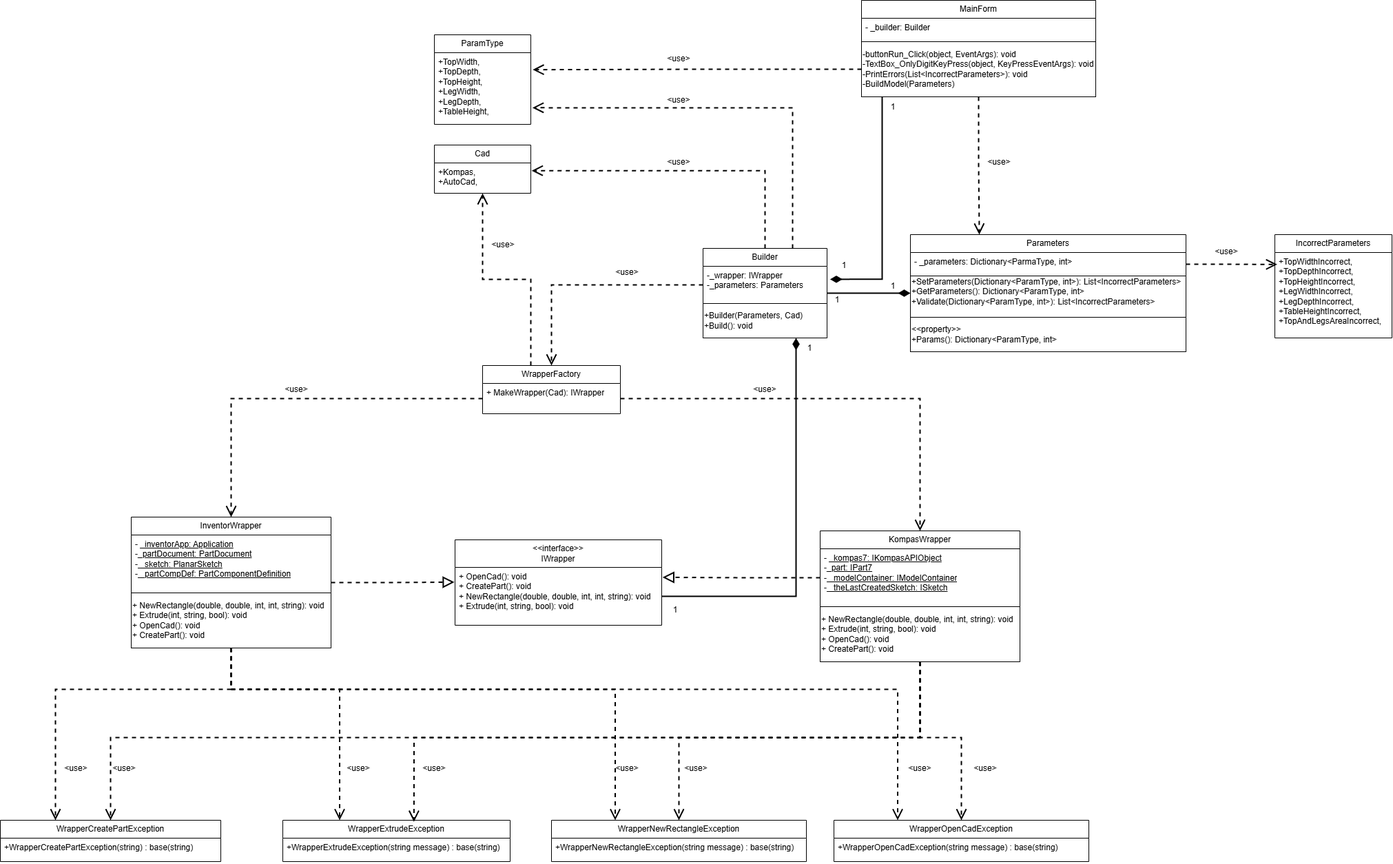
This is docs/ПЗ_ДК.png from isaacparson/kompas_table_plugin, a draw.io export, as it was before one commit. Source tidied: cells renumbered, new cells last; positions are measured from the earlier drawing's top-left corner, leaving out a move shared by most shapes.
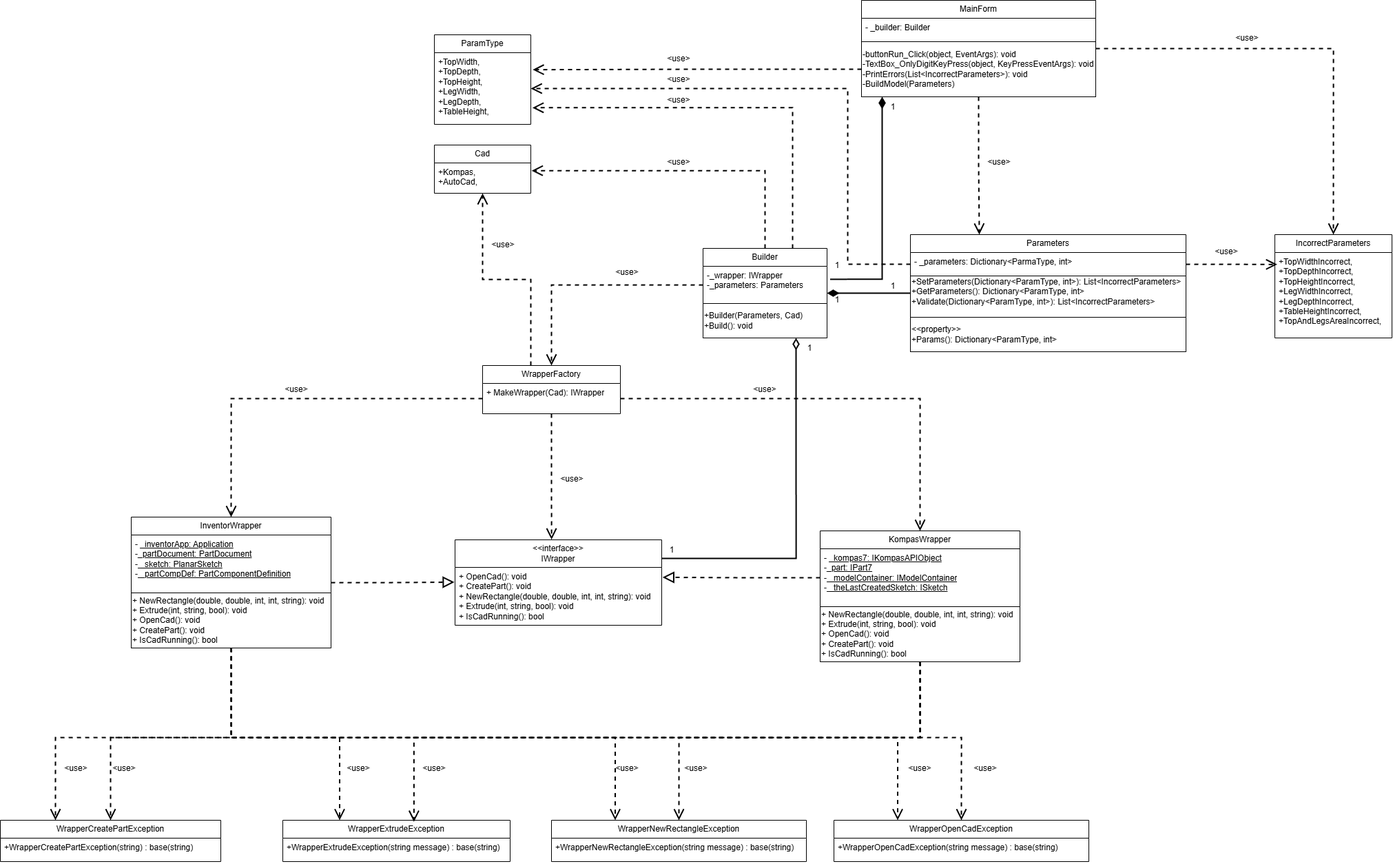
The same diagram one commit later.

Commit message:
Добавил IsCadRunning для удобного тестирования, исправил диаграмму классов, исправил Пояснительную записку

Diff of the diagram source:
```diff
@@ -20,6 +20,9 @@
     <mxCell id="7" value="&lt;div&gt;+TopWidth,&lt;/div&gt;&lt;div&gt;+TopDepth,&lt;/div&gt;&lt;div&gt;+TopHeight,&lt;/div&gt;&lt;div&gt;+LegWidth,&lt;/div&gt;&lt;div&gt;+LegDepth,&lt;/div&gt;&lt;div&gt;+TableHeight,&lt;/div&gt;" style="text;strokeColor=none;fillColor=none;align=left;verticalAlign=top;spacingLeft=4;spacingRight=4;overflow=hidden;points=[[0,0.5],[1,0.5]];portConstraint=eastwest;whiteSpace=wrap;html=1;" parent="6" vertex="1">
       <mxGeometry y="26" width="140" height="104" as="geometry" />
     </mxCell>
+    <mxCell id="81" style="edgeStyle=orthogonalEdgeStyle;rounded=0;jettySize=auto;html=1;entryX=0.5;entryY=0;entryDx=0;entryDy=0;dashed=1;strokeWidth=2;endArrow=open;endFill=0;endSize=12;" parent="1" edge="1" source="8" target="54">
+      <mxGeometry relative="1" as="geometry" />
+    </mxCell>
     <mxCell id="8" value="MainForm" style="swimlane;fontStyle=0;horizontal=1;startSize=26;fillColor=none;whiteSpace=wrap;html=1;" parent="1" vertex="1">
       <mxGeometry x="1250" width="340" height="140" as="geometry" />
     </mxCell>
@@ -29,7 +32,7 @@
     <mxCell id="10" value="-buttonRun_Click(object, EventArgs): void&lt;div&gt;-TextBox_OnlyDigitKeyPress(object, KeyPressEventArgs): void&lt;/div&gt;&lt;div&gt;-PrintErrors(List&amp;lt;IncorrectParameters&amp;gt;): void&lt;/div&gt;&lt;div&gt;-BuildModel(Parameters)&lt;/div&gt;" style="html=1;whiteSpace=wrap;align=left;" parent="8" vertex="1">
       <mxGeometry y="60" width="340" height="80" as="geometry" />
     </mxCell>
-    <mxCell id="11" style="edgeStyle=orthogonalEdgeStyle;rounded=0;jettySize=auto;html=1;entryX=0;entryY=0.5;entryDx=0;entryDy=0;strokeWidth=2;endArrow=diamondThin;endFill=1;endSize=12;" parent="1" edge="1" source="12" target="2">
+    <mxCell id="11" style="edgeStyle=orthogonalEdgeStyle;rounded=0;jettySize=auto;html=1;entryX=0;entryY=0.5;entryDx=0;entryDy=0;strokeWidth=2;endArrow=none;endFill=0;endSize=12;startArrow=diamondThin;startFill=1;targetPerimeterSpacing=12;sourcePerimeterSpacing=0;startSize=12;" parent="1" edge="1" source="12" target="2">
       <mxGeometry relative="1" as="geometry" />
     </mxCell>
     <mxCell id="12" value="Builder" style="swimlane;fontStyle=0;horizontal=1;startSize=26;fillColor=none;whiteSpace=wrap;html=1;" parent="1" vertex="1">
@@ -64,7 +67,7 @@
     <mxCell id="20" value="&lt;div&gt;&amp;lt;&amp;lt;interface&amp;gt;&amp;gt;&lt;/div&gt;IWrapper" style="swimlane;fontStyle=0;horizontal=1;startSize=40;fillColor=none;whiteSpace=wrap;html=1;" parent="1" vertex="1">
       <mxGeometry x="660" y="783" width="300" height="124" as="geometry" />
     </mxCell>
-    <mxCell id="21" value="+ OpenCad(): void&lt;div&gt;+ CreatePart(): void&lt;/div&gt;&lt;div&gt;+ NewRectangle(double, double, int, int, string): void&lt;/div&gt;&lt;div&gt;+ Extrude(int, string, bool): void&lt;/div&gt;" style="text;strokeColor=none;fillColor=none;align=left;verticalAlign=top;spacingLeft=4;spacingRight=4;overflow=hidden;points=[[0,0.5],[1,0.5]];portConstraint=eastwest;whiteSpace=wrap;html=1;" parent="20" vertex="1">
+    <mxCell id="21" value="+ OpenCad(): void&lt;div&gt;+ CreatePart(): void&lt;/div&gt;&lt;div&gt;+ NewRectangle(double, double, int, int, string): void&lt;/div&gt;&lt;div&gt;+ Extrude(int, string, bool): void&lt;/div&gt;&lt;div&gt;+ IsCadRunning(): bool&lt;/div&gt;" style="text;strokeColor=none;fillColor=none;align=left;verticalAlign=top;spacingLeft=4;spacingRight=4;overflow=hidden;points=[[0,0.5],[1,0.5]];portConstraint=eastwest;whiteSpace=wrap;html=1;" parent="20" vertex="1">
       <mxGeometry y="40" width="300" height="84" as="geometry" />
     </mxCell>
     <mxCell id="22" value="WrapperCreatePartException" style="swimlane;fontStyle=0;horizontal=1;startSize=26;fillColor=none;whiteSpace=wrap;html=1;" parent="1" vertex="1">
@@ -85,7 +88,7 @@
     <mxCell id="27" value="-&amp;nbsp;&lt;u&gt;_kompas7:&amp;nbsp;IKompasAPIObject&lt;/u&gt;&lt;div&gt;-&lt;span style=&quot;background-color: initial;&quot;&gt;&lt;u&gt;_part: IPart7&lt;/u&gt;&lt;/span&gt;&lt;/div&gt;&lt;div&gt;&lt;span style=&quot;background-color: initial;&quot;&gt;-&lt;u&gt;&amp;nbsp;&lt;/u&gt;&lt;/span&gt;&lt;span style=&quot;background-color: initial;&quot;&gt;&lt;u&gt;_modelContainer: IModelContainer&lt;/u&gt;&lt;/span&gt;&lt;/div&gt;&lt;div&gt;&lt;span style=&quot;background-color: initial;&quot;&gt;-&lt;u&gt;&amp;nbsp;&lt;/u&gt;&lt;/span&gt;&lt;span style=&quot;background-color: initial;&quot;&gt;&lt;u&gt;_theLastCreatedSketch: ISketch&lt;/u&gt;&lt;/span&gt;&lt;/div&gt;" style="text;strokeColor=none;fillColor=none;align=left;verticalAlign=top;spacingLeft=4;spacingRight=4;overflow=hidden;points=[[0,0.5],[1,0.5]];portConstraint=eastwest;whiteSpace=wrap;html=1;" parent="26" vertex="1">
       <mxGeometry y="26" width="290" height="84" as="geometry" />
     </mxCell>
-    <mxCell id="28" value="+&amp;nbsp;NewRectangle(double, double, int, int, string): void&lt;div&gt;+&amp;nbsp;Extrude(int, string, bool): void&lt;/div&gt;&lt;div&gt;+ OpenCad(): void&lt;/div&gt;&lt;div&gt;+ CreatePart(): void&lt;/div&gt;" style="html=1;whiteSpace=wrap;align=left;" parent="26" vertex="1">
+    <mxCell id="28" value="+&amp;nbsp;NewRectangle(double, double, int, int, string): void&lt;div&gt;+&amp;nbsp;Extrude(int, string, bool): void&lt;/div&gt;&lt;div&gt;+ OpenCad(): void&lt;/div&gt;&lt;div&gt;+ CreatePart(): void&lt;/div&gt;&lt;div&gt;+ IsCadRunning(): bool&lt;/div&gt;" style="html=1;whiteSpace=wrap;align=left;" parent="26" vertex="1">
       <mxGeometry y="110" width="290" height="80" as="geometry" />
     </mxCell>
     <mxCell id="29" value="InventorWrapper" style="swimlane;fontStyle=0;horizontal=1;startSize=26;fillColor=none;whiteSpace=wrap;html=1;" parent="1" vertex="1">
@@ -94,7 +97,7 @@
     <mxCell id="30" value="-&amp;nbsp;&lt;u&gt;_inventorApp:&amp;nbsp;Application&lt;/u&gt;&lt;div&gt;-&lt;span style=&quot;background-color: initial;&quot;&gt;&lt;u&gt;_partDocument:&amp;nbsp;&lt;/u&gt;&lt;/span&gt;&lt;span style=&quot;background-color: initial;&quot;&gt;&lt;u&gt;PartDocument&lt;/u&gt;&lt;/span&gt;&lt;/div&gt;&lt;div&gt;&lt;span style=&quot;background-color: initial;&quot;&gt;-&lt;u&gt;&amp;nbsp;&lt;/u&gt;&lt;/span&gt;&lt;span style=&quot;background-color: initial;&quot;&gt;&lt;u&gt;_sketch:&amp;nbsp;&lt;/u&gt;&lt;/span&gt;&lt;span style=&quot;background-color: initial;&quot;&gt;&lt;u&gt;PlanarSketch&lt;/u&gt;&lt;/span&gt;&lt;/div&gt;&lt;div&gt;&lt;span style=&quot;background-color: initial;&quot;&gt;-&lt;u&gt;&amp;nbsp;&lt;/u&gt;&lt;/span&gt;&lt;span style=&quot;background-color: initial;&quot;&gt;&lt;u&gt;_partCompDef:&amp;nbsp;&lt;/u&gt;&lt;/span&gt;&lt;span style=&quot;background-color: initial;&quot;&gt;&lt;u&gt;PartComponentDefinition&lt;/u&gt;&lt;/span&gt;&lt;/div&gt;" style="text;strokeColor=none;fillColor=none;align=left;verticalAlign=top;spacingLeft=4;spacingRight=4;overflow=hidden;whiteSpace=wrap;html=1;" parent="29" vertex="1">
       <mxGeometry y="26" width="290" height="84" as="geometry" />
     </mxCell>
-    <mxCell id="31" value="+&amp;nbsp;NewRectangle(double, double, int, int, string): void&lt;div&gt;+&amp;nbsp;Extrude(int, string, bool): void&lt;/div&gt;&lt;div&gt;+ OpenCad(): void&lt;/div&gt;&lt;div&gt;+ CreatePart(): void&lt;/div&gt;" style="html=1;whiteSpace=wrap;align=left;" parent="29" vertex="1">
+    <mxCell id="31" value="+&amp;nbsp;NewRectangle(double, double, int, int, string): void&lt;div&gt;+&amp;nbsp;Extrude(int, string, bool): void&lt;/div&gt;&lt;div&gt;+ OpenCad(): void&lt;/div&gt;&lt;div&gt;+ CreatePart(): void&lt;br&gt;+ IsCadRunning(): bool&lt;/div&gt;" style="html=1;whiteSpace=wrap;align=left;" parent="29" vertex="1">
       <mxGeometry y="110" width="290" height="80" as="geometry" />
     </mxCell>
     <mxCell id="32" value="WrapperNewRectangleException" style="swimlane;fontStyle=0;horizontal=1;startSize=26;fillColor=none;whiteSpace=wrap;html=1;" parent="1" vertex="1">
@@ -118,8 +121,14 @@
     <mxCell id="38" style="edgeStyle=orthogonalEdgeStyle;rounded=0;jettySize=auto;html=1;entryX=0.5;entryY=0;entryDx=0;entryDy=0;dashed=1;strokeWidth=2;endArrow=open;endFill=0;endSize=12;" parent="1" edge="1" source="13" target="18">
       <mxGeometry relative="1" as="geometry" />
     </mxCell>
-    <mxCell id="39" style="edgeStyle=orthogonalEdgeStyle;rounded=0;jettySize=auto;html=1;entryX=0.75;entryY=1;entryDx=0;entryDy=0;endArrow=diamondThin;endFill=1;strokeWidth=2;endSize=12;" parent="1" edge="1" source="21" target="12">
-      <mxGeometry relative="1" as="geometry" />
+    <mxCell id="39" style="edgeStyle=orthogonalEdgeStyle;rounded=0;jettySize=auto;html=1;entryX=0.75;entryY=1;entryDx=0;entryDy=0;endArrow=diamondThin;endFill=0;strokeWidth=2;endSize=12;" parent="1" edge="1" target="12">
+      <mxGeometry relative="1" as="geometry">
+        <mxPoint x="960" y="810" as="sourcePoint" />
+        <Array as="points">
+          <mxPoint x="960" y="810" />
+          <mxPoint x="1155" y="810" />
+        </Array>
+      </mxGeometry>
     </mxCell>
     <mxCell id="40" style="edgeStyle=orthogonalEdgeStyle;rounded=0;jettySize=auto;html=1;entryX=1.009;entryY=0.256;entryDx=0;entryDy=0;entryPerimeter=0;strokeWidth=2;dashed=1;endArrow=open;endFill=0;endSize=12;" parent="1" edge="1" source="12" target="16">
       <mxGeometry relative="1" as="geometry" />
@@ -143,32 +152,32 @@
     <mxCell id="45" style="edgeStyle=orthogonalEdgeStyle;rounded=0;jettySize=auto;html=1;entryX=0.25;entryY=0;entryDx=0;entryDy=0;dashed=1;strokeWidth=2;endArrow=open;endFill=0;endSize=12;" parent="1" edge="1" source="31" target="22">
       <mxGeometry relative="1" as="geometry">
         <Array as="points">
-          <mxPoint x="335" y="1000" />
-          <mxPoint x="80" y="1000" />
+          <mxPoint x="335" y="1070" />
+          <mxPoint x="80" y="1070" />
         </Array>
       </mxGeometry>
     </mxCell>
     <mxCell id="46" style="edgeStyle=orthogonalEdgeStyle;rounded=0;jettySize=auto;html=1;entryX=0.25;entryY=0;entryDx=0;entryDy=0;dashed=1;strokeWidth=2;endArrow=open;endFill=0;endSize=12;" parent="1" edge="1" source="31" target="24">
       <mxGeometry relative="1" as="geometry">
         <Array as="points">
-          <mxPoint x="335" y="1000" />
-          <mxPoint x="492" y="1000" />
+          <mxPoint x="335" y="1070" />
+          <mxPoint x="493" y="1070" />
         </Array>
       </mxGeometry>
     </mxCell>
     <mxCell id="47" style="edgeStyle=orthogonalEdgeStyle;rounded=0;jettySize=auto;html=1;entryX=0.25;entryY=0;entryDx=0;entryDy=0;dashed=1;strokeWidth=2;endArrow=open;endFill=0;endSize=12;" parent="1" edge="1" source="31" target="32">
       <mxGeometry relative="1" as="geometry">
         <Array as="points">
-          <mxPoint x="335" y="1000" />
-          <mxPoint x="892" y="1000" />
+          <mxPoint x="335" y="1070" />
+          <mxPoint x="893" y="1070" />
         </Array>
       </mxGeometry>
     </mxCell>
     <mxCell id="48" style="edgeStyle=orthogonalEdgeStyle;rounded=0;jettySize=auto;html=1;entryX=0.25;entryY=0;entryDx=0;entryDy=0;dashed=1;strokeWidth=2;endArrow=open;endFill=0;endSize=12;" parent="1" edge="1" source="31" target="34">
       <mxGeometry relative="1" as="geometry">
         <Array as="points">
-          <mxPoint x="335" y="1000" />
-          <mxPoint x="1302" y="1000" />
+          <mxPoint x="335" y="1070" />
+          <mxPoint x="1303" y="1070" />
         </Array>
       </mxGeometry>
     </mxCell>
@@ -267,7 +276,7 @@
     <mxCell id="73" value="&amp;lt;use&amp;gt;" style="text;html=1;align=center;verticalAlign=middle;whiteSpace=wrap;rounded=0;" parent="1" vertex="1">
       <mxGeometry x="1750" y="350" width="60" height="30" as="geometry" />
     </mxCell>
-    <mxCell id="74" style="edgeStyle=orthogonalEdgeStyle;rounded=0;jettySize=auto;html=1;entryX=1.025;entryY=0.349;entryDx=0;entryDy=0;entryPerimeter=0;strokeWidth=2;endArrow=diamondThin;endFill=1;endSize=12;" parent="1" edge="1" source="8" target="13">
+    <mxCell id="74" style="edgeStyle=orthogonalEdgeStyle;rounded=0;jettySize=auto;html=1;entryX=1.025;entryY=0.349;entryDx=0;entryDy=0;entryPerimeter=0;strokeWidth=2;endArrow=none;endFill=0;endSize=12;startArrow=diamondThin;startFill=1;startSize=12;" parent="1" edge="1" source="8" target="13">
       <mxGeometry relative="1" as="geometry">
         <Array as="points">
           <mxPoint x="1280" y="405" />
@@ -275,7 +284,7 @@
       </mxGeometry>
     </mxCell>
     <mxCell id="75" value="1" style="text;html=1;align=center;verticalAlign=middle;whiteSpace=wrap;rounded=0;" parent="1" vertex="1">
-      <mxGeometry x="1200" y="370" width="50" height="30" as="geometry" />
+      <mxGeometry x="1190" y="370" width="50" height="30" as="geometry" />
     </mxCell>
     <mxCell id="76" value="1" style="text;html=1;align=center;verticalAlign=middle;whiteSpace=wrap;rounded=0;" parent="1" vertex="1">
       <mxGeometry x="1271" y="400" width="50" height="30" as="geometry" />
@@ -284,7 +293,7 @@
       <mxGeometry x="1150" y="490" width="50" height="30" as="geometry" />
     </mxCell>
     <mxCell id="78" value="1" style="text;html=1;align=center;verticalAlign=middle;whiteSpace=wrap;rounded=0;" parent="1" vertex="1">
-      <mxGeometry x="955" y="870" width="50" height="30" as="geometry" />
+      <mxGeometry x="950" y="783" width="50" height="30" as="geometry" />
     </mxCell>
     <mxCell id="79" value="1" style="text;html=1;align=center;verticalAlign=middle;whiteSpace=wrap;rounded=0;" parent="1" vertex="1">
       <mxGeometry x="1271" y="140" width="50" height="30" as="geometry" />
@@ -292,5 +301,25 @@
     <mxCell id="80" value="1" style="text;html=1;align=center;verticalAlign=middle;whiteSpace=wrap;rounded=0;" parent="1" vertex="1">
       <mxGeometry x="1190" y="420" width="50" height="30" as="geometry" />
     </mxCell>
+    <mxCell id="82" style="edgeStyle=orthogonalEdgeStyle;rounded=0;jettySize=auto;html=1;entryX=1;entryY=0.5;entryDx=0;entryDy=0;dashed=1;strokeWidth=2;endArrow=open;endFill=0;endSize=12;" parent="1" edge="1" source="3" target="7">
+      <mxGeometry relative="1" as="geometry">
+        <Array as="points">
+          <mxPoint x="1230" y="383" />
+          <mxPoint x="1230" y="128" />
+        </Array>
+      </mxGeometry>
+    </mxCell>
+    <mxCell id="83" value="&amp;lt;use&amp;gt;" style="text;html=1;align=center;verticalAlign=middle;whiteSpace=wrap;rounded=0;" parent="1" vertex="1">
+      <mxGeometry x="955" y="100" width="60" height="30" as="geometry" />
+    </mxCell>
+    <mxCell id="84" value="&amp;lt;use&amp;gt;" style="text;html=1;align=center;verticalAlign=middle;whiteSpace=wrap;rounded=0;" parent="1" vertex="1">
+      <mxGeometry x="1780" y="40" width="60" height="30" as="geometry" />
+    </mxCell>
+    <mxCell id="85" style="edgeStyle=orthogonalEdgeStyle;rounded=0;jettySize=auto;html=1;entryX=0.467;entryY=-0.003;entryDx=0;entryDy=0;entryPerimeter=0;dashed=1;endArrow=open;endFill=0;strokeWidth=2;endSize=12;" parent="1" edge="1" source="18" target="20">
+      <mxGeometry relative="1" as="geometry" />
+    </mxCell>
+    <mxCell id="86" value="&amp;lt;use&amp;gt;" style="text;html=1;align=center;verticalAlign=middle;whiteSpace=wrap;rounded=0;" parent="1" vertex="1">
+      <mxGeometry x="800" y="680" width="60" height="30" as="geometry" />
+    </mxCell>
   </root>
 </mxGraphModel>
```
